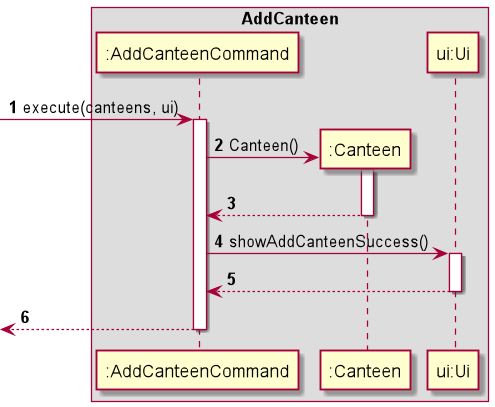
Above: docs/img/AddCanteen.png in nus-cs2113-AY2021S2/tp (PlantUML), before the change. Source of this version:
```plantuml
@startuml

autonumber
box AddCanteen

->":AddCanteenCommand" : execute(canteens, ui)
activate ":AddCanteenCommand"

create ":Canteen"
":AddCanteenCommand" -> ":Canteen" : Canteen()
activate ":Canteen"
":Canteen" --> ":AddCanteenCommand"
deactivate ":Canteen"

":AddCanteenCommand" -> "ui:Ui" : showAddCanteenSuccess()
activate "ui:Ui"
"ui:Ui" --> ":AddCanteenCommand"
deactivate "ui:Ui"

<-- ":AddCanteenCommand"
deactivate ":AddCanteenCommand"
@enduml
```
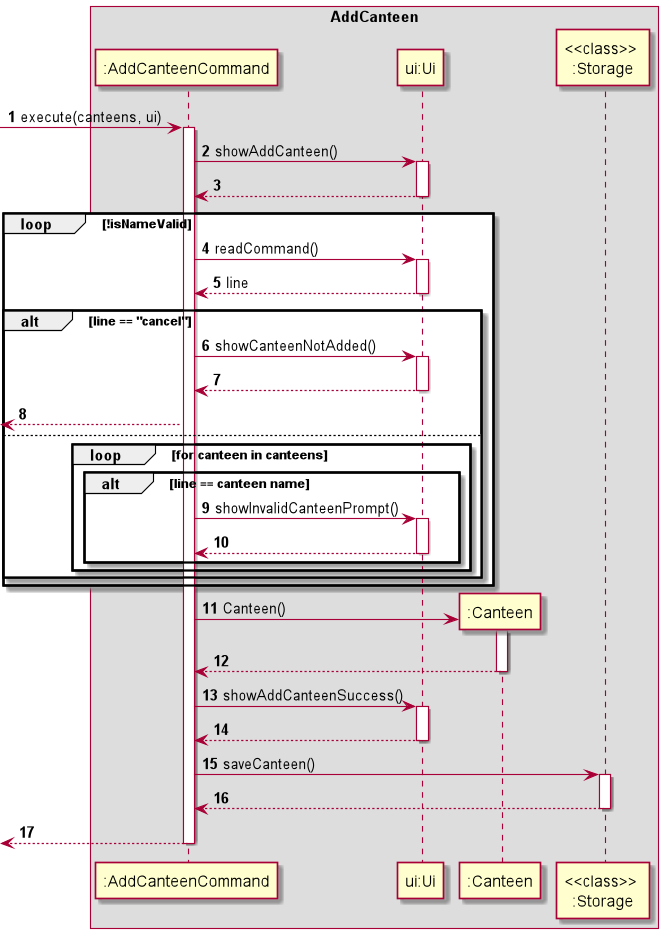
The same diagram one commit later.

Change to the diagram source:
```diff
@@ -5,6 +5,36 @@
 
 ->":AddCanteenCommand" : execute(canteens, ui)
 activate ":AddCanteenCommand"
+
+":AddCanteenCommand" -> "ui:Ui" : showAddCanteen()
+activate "ui:Ui"
+"ui:Ui" --> ":AddCanteenCommand"
+deactivate "ui:Ui"
+
+loop !isNameValid
+    ":AddCanteenCommand" -> "ui:Ui" : readCommand()
+    activate "ui:Ui"
+    "ui:Ui" --> ":AddCanteenCommand" : line
+    deactivate "ui:Ui"
+
+    alt line == "cancel"
+    ":AddCanteenCommand" -> "ui:Ui" : showCanteenNotAdded()
+    activate "ui:Ui"
+    "ui:Ui" --> ":AddCanteenCommand"
+    deactivate "ui:Ui"
+    <-- ":AddCanteenCommand"
+
+    else
+        loop for canteen in canteens
+            alt line == canteen name
+            ":AddCanteenCommand" -> "ui:Ui" : showInvalidCanteenPrompt()
+            activate "ui:Ui"
+            "ui:Ui" --> ":AddCanteenCommand"
+            deactivate "ui:Ui"
+            end
+        end
+    end
+end
 
 create ":Canteen"
 ":AddCanteenCommand" -> ":Canteen" : Canteen()
@@ -17,6 +47,11 @@
 "ui:Ui" --> ":AddCanteenCommand"
 deactivate "ui:Ui"
 
+":AddCanteenCommand" -> "<<class>> \n:Storage" : saveCanteen()
+activate "<<class>> \n:Storage"
+"<<class>> \n:Storage" --> ":AddCanteenCommand"
+deactivate "<<class>> \n:Storage"
+
 <-- ":AddCanteenCommand"
 deactivate ":AddCanteenCommand"
 @enduml
```
